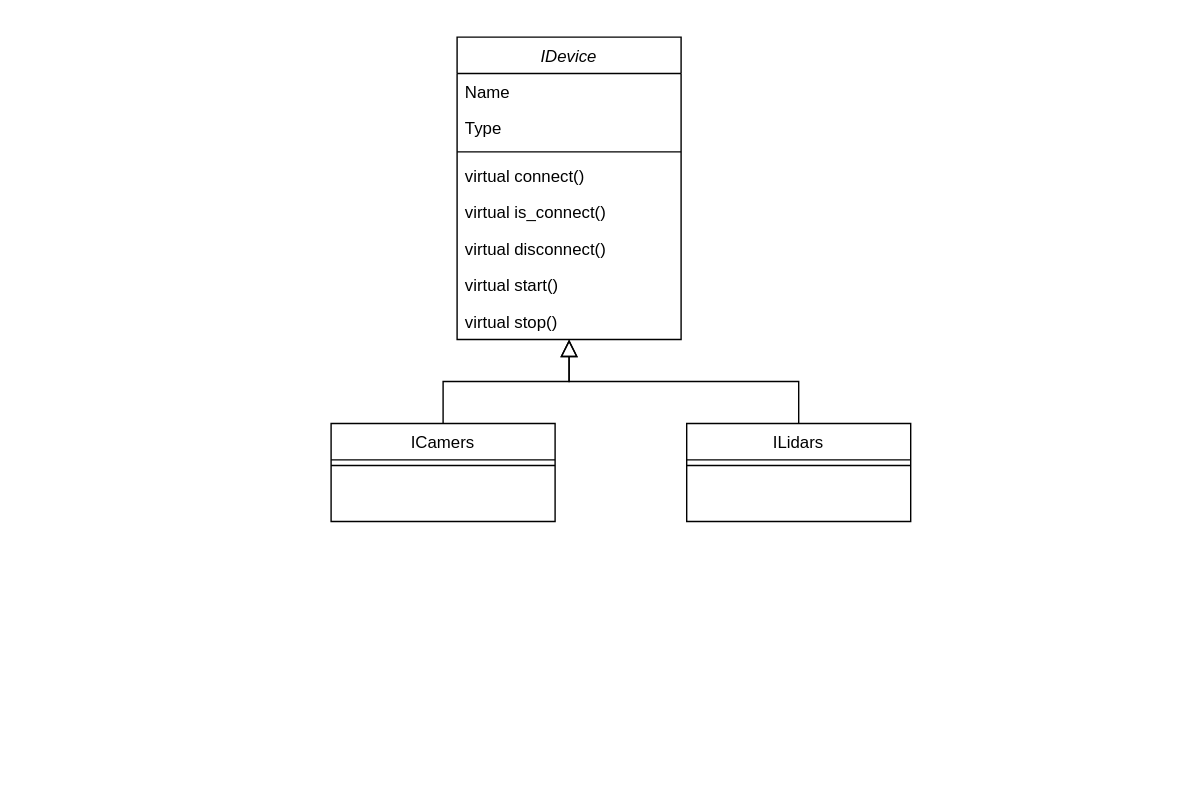
Before: Storage2.drawio in FRomich/Storage2, a draw.io diagram. Source tidied: cells renumbered, new cells numbered last; positions are measured from the earlier drawing's top-left corner, leaving out a move shared by most shapes. Both pictures are drawn from the tidied source at 140%, with x=0, y=0 at pixel (330, 36).
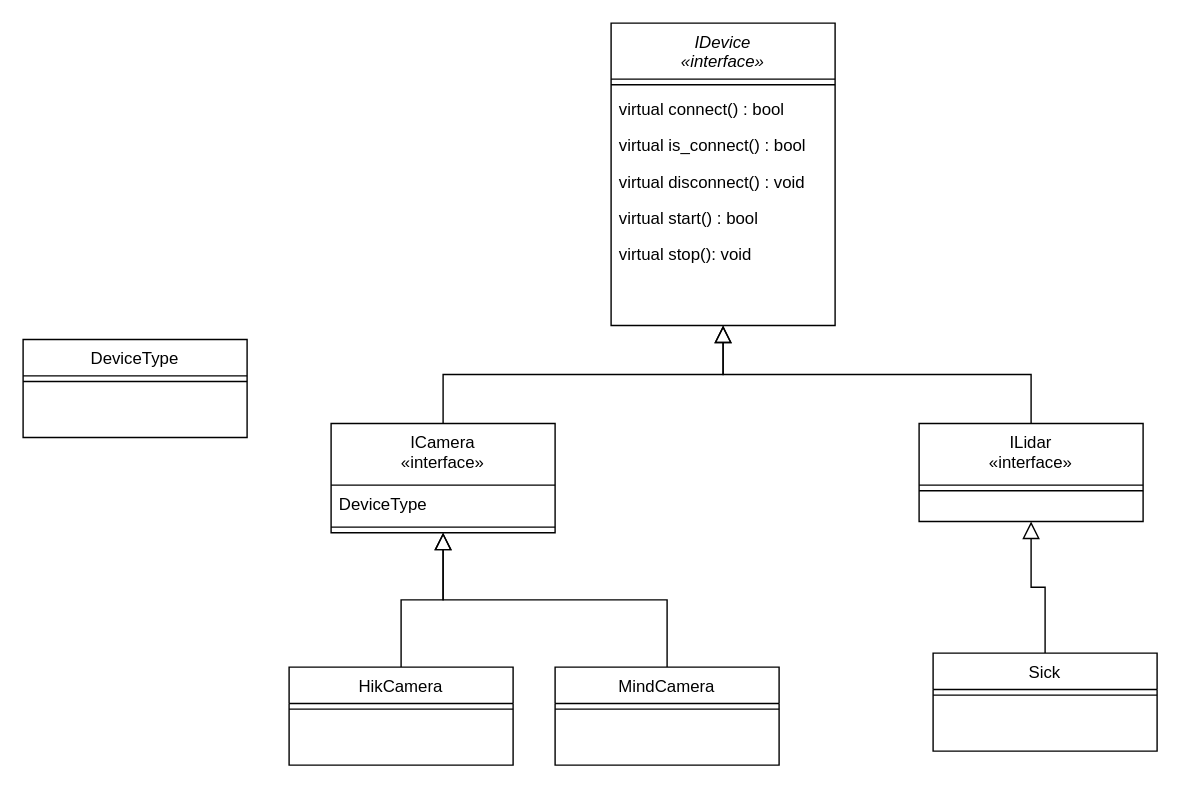
The same page after the edit.

Change to the diagram source:
```diff
@@
-    <mxCell id="2" value="IDevice" style="swimlane;fontStyle=2;align=center;verticalAlign=top;horizontal=1;startSize=26;rounded=0;shadow=0;strokeWidth=1;" parent="1" vertex="1">
-      <mxGeometry x="90" width="160" height="216" as="geometry" />
+    <mxCell id="2" value="IDevice&#10;«interface»" style="swimlane;fontStyle=2;align=center;verticalAlign=top;horizontal=1;startSize=40;rounded=0;shadow=0;strokeWidth=1;" parent="1" vertex="1">
+      <mxGeometry x="200" y="-10" width="160" height="216" as="geometry" />
     </mxCell>
-    <mxCell id="3" value="Name" style="text;align=left;verticalAlign=top;spacingLeft=4;spacingRight=4;overflow=hidden;" parent="2" vertex="1">
-      <mxGeometry y="26" width="160" height="26" as="geometry" />
-    </mxCell>
-    <mxCell id="4" value="Type" style="text;align=left;verticalAlign=top;spacingLeft=4;spacingRight=4;overflow=hidden;" parent="2" vertex="1">
-      <mxGeometry y="52" width="160" height="26" as="geometry" />
-    </mxCell>
     <mxCell id="5" style="line;html=1;strokeWidth=1;align=left;verticalAlign=middle;spacingTop=-1;spacingLeft=3;spacingRight=3;labelPosition=right;" parent="2" vertex="1">
-      <mxGeometry y="78" width="160" height="8" as="geometry" />
+      <mxGeometry y="40" width="160" height="8" as="geometry" />
     </mxCell>
-    <mxCell id="6" value="virtual connect()" style="text;align=left;verticalAlign=top;spacingLeft=4;spacingRight=4;overflow=hidden;" parent="2" vertex="1">
-      <mxGeometry y="86" width="160" height="26" as="geometry" />
+    <mxCell id="6" value="virtual connect() : bool" style="text;align=left;verticalAlign=top;spacingLeft=4;spacingRight=4;overflow=hidden;" parent="2" vertex="1">
+      <mxGeometry y="48" width="160" height="26" as="geometry" />
     </mxCell>
-    <mxCell id="7" value="virtual is_connect()" style="text;align=left;verticalAlign=top;spacingLeft=4;spacingRight=4;overflow=hidden;" parent="2" vertex="1">
-      <mxGeometry y="112" width="160" height="26" as="geometry" />
+    <mxCell id="7" value="virtual is_connect() : bool" style="text;align=left;verticalAlign=top;spacingLeft=4;spacingRight=4;overflow=hidden;" parent="2" vertex="1">
+      <mxGeometry y="74" width="160" height="26" as="geometry" />
     </mxCell>
-    <mxCell id="8" value="virtual disconnect()" style="text;align=left;verticalAlign=top;spacingLeft=4;spacingRight=4;overflow=hidden;" parent="2" vertex="1">
-      <mxGeometry y="138" width="160" height="26" as="geometry" />
+    <mxCell id="8" value="virtual disconnect() : void" style="text;align=left;verticalAlign=top;spacingLeft=4;spacingRight=4;overflow=hidden;" parent="2" vertex="1">
+      <mxGeometry y="100" width="160" height="26" as="geometry" />
     </mxCell>
-    <mxCell id="9" value="virtual start()" style="text;align=left;verticalAlign=top;spacingLeft=4;spacingRight=4;overflow=hidden;" parent="2" vertex="1">
-      <mxGeometry y="164" width="160" height="26" as="geometry" />
+    <mxCell id="9" value="virtual start() : bool" style="text;align=left;verticalAlign=top;spacingLeft=4;spacingRight=4;overflow=hidden;" parent="2" vertex="1">
+      <mxGeometry y="126" width="160" height="26" as="geometry" />
     </mxCell>
-    <mxCell id="10" value="virtual stop()" style="text;align=left;verticalAlign=top;spacingLeft=4;spacingRight=4;overflow=hidden;" parent="2" vertex="1">
-      <mxGeometry y="190" width="160" height="26" as="geometry" />
+    <mxCell id="10" value="virtual stop(): void" style="text;align=left;verticalAlign=top;spacingLeft=4;spacingRight=4;overflow=hidden;" parent="2" vertex="1">
+      <mxGeometry y="152" width="160" height="26" as="geometry" />
     </mxCell>
-    <mxCell id="11" value="ICamers" style="swimlane;fontStyle=0;align=center;verticalAlign=top;horizontal=1;startSize=26;rounded=0;shadow=0;strokeWidth=1;" parent="1" vertex="1">
-      <mxGeometry y="276" width="160" height="70" as="geometry" />
+    <mxCell id="11" value="ICamera&#10;«interface»" style="swimlane;fontStyle=0;align=center;verticalAlign=top;horizontal=1;startSize=44;rounded=0;shadow=0;strokeWidth=1;" parent="1" vertex="1">
+      <mxGeometry y="276" width="160" height="78" as="geometry" />
     </mxCell>
+    <mxCell id="17" value="DeviceType" style="text;align=left;verticalAlign=top;spacingLeft=4;spacingRight=4;overflow=hidden;" parent="11" vertex="1">
+      <mxGeometry y="44" width="160" height="26" as="geometry" />
+    </mxCell>
     <mxCell id="12" style="line;html=1;strokeWidth=1;align=left;verticalAlign=middle;spacingTop=-1;spacingLeft=3;spacingRight=3;labelPosition=right;" parent="11" vertex="1">
-      <mxGeometry y="26" width="160" height="8" as="geometry" />
+      <mxGeometry y="70" width="160" height="8" as="geometry" />
     </mxCell>
@@
-    <mxCell id="14" value="ILidars" style="swimlane;fontStyle=0;align=center;verticalAlign=top;horizontal=1;startSize=26;rounded=0;shadow=0;strokeWidth=1;" parent="1" vertex="1">
-      <mxGeometry x="254" y="276" width="160" height="70" as="geometry" />
+    <mxCell id="14" value="ILidar&#10;«interface»" style="swimlane;fontStyle=0;align=center;verticalAlign=top;horizontal=1;startSize=44;rounded=0;shadow=0;strokeWidth=1;" parent="1" vertex="1">
+      <mxGeometry x="420" y="276" width="160" height="70" as="geometry" />
     </mxCell>
     <mxCell id="15" style="line;html=1;strokeWidth=1;align=left;verticalAlign=middle;spacingTop=-1;spacingLeft=3;spacingRight=3;labelPosition=right;" parent="14" vertex="1">
-      <mxGeometry y="26" width="160" height="8" as="geometry" />
+      <mxGeometry y="44" width="160" height="8" as="geometry" />
     </mxCell>
@@
+    <mxCell id="18" value="HikCamera" style="swimlane;fontStyle=0;align=center;verticalAlign=top;horizontal=1;startSize=26;rounded=0;shadow=0;strokeWidth=1;" parent="1" vertex="1">
+      <mxGeometry x="-30" y="450" width="160" height="70" as="geometry" />
+    </mxCell>
+    <mxCell id="19" style="line;html=1;strokeWidth=1;align=left;verticalAlign=middle;spacingTop=-1;spacingLeft=3;spacingRight=3;labelPosition=right;" parent="18" vertex="1">
+      <mxGeometry y="26" width="160" height="8" as="geometry" />
+    </mxCell>
+    <mxCell id="20" style="endArrow=block;endSize=10;endFill=0;shadow=0;strokeWidth=1;rounded=0;curved=0;edgeStyle=elbowEdgeStyle;elbow=vertical;exitX=0.5;exitY=0;exitDx=0;exitDy=0;entryX=0.5;entryY=1;entryDx=0;entryDy=0;" parent="1" edge="1" source="18" target="11">
+      <mxGeometry relative="1" as="geometry" />
+    </mxCell>
+    <mxCell id="21" value="MindCamera" style="swimlane;fontStyle=0;align=center;verticalAlign=top;horizontal=1;startSize=26;rounded=0;shadow=0;strokeWidth=1;" parent="1" vertex="1">
+      <mxGeometry x="160" y="450" width="160" height="70" as="geometry" />
+    </mxCell>
+    <mxCell id="22" style="line;html=1;strokeWidth=1;align=left;verticalAlign=middle;spacingTop=-1;spacingLeft=3;spacingRight=3;labelPosition=right;" parent="21" vertex="1">
+      <mxGeometry y="26" width="160" height="8" as="geometry" />
+    </mxCell>
+    <mxCell id="23" style="endArrow=block;endSize=10;endFill=0;shadow=0;strokeWidth=1;rounded=0;curved=0;edgeStyle=elbowEdgeStyle;elbow=vertical;exitX=0.5;exitY=0;exitDx=0;exitDy=0;entryX=0.5;entryY=1;entryDx=0;entryDy=0;" parent="1" edge="1" source="21" target="11">
+      <mxGeometry relative="1" as="geometry" />
+    </mxCell>
+    <mxCell id="24" value="Sick" style="swimlane;fontStyle=0;align=center;verticalAlign=top;horizontal=1;startSize=26;rounded=0;shadow=0;strokeWidth=1;" parent="1" vertex="1">
+      <mxGeometry x="430" y="440" width="160" height="70" as="geometry" />
+    </mxCell>
+    <mxCell id="25" style="line;html=1;strokeWidth=1;align=left;verticalAlign=middle;spacingTop=-1;spacingLeft=3;spacingRight=3;labelPosition=right;" parent="24" vertex="1">
+      <mxGeometry y="26" width="160" height="8" as="geometry" />
+    </mxCell>
+    <mxCell id="26" style="endArrow=block;endSize=10;endFill=0;shadow=0;strokeWidth=1;rounded=0;curved=0;edgeStyle=elbowEdgeStyle;elbow=vertical;exitX=0.5;exitY=0;exitDx=0;exitDy=0;entryX=0.5;entryY=1;entryDx=0;entryDy=0;" parent="1" edge="1" source="24" target="14">
+      <mxGeometry relative="1" as="geometry" />
+    </mxCell>
+    <mxCell id="27" value="DeviceType&#10;&#10;" style="swimlane;fontStyle=0;align=center;verticalAlign=top;horizontal=1;startSize=26;rounded=0;shadow=0;strokeWidth=1;" parent="1" vertex="1">
+      <mxGeometry x="-220" y="216" width="160" height="70" as="geometry" />
+    </mxCell>
+    <mxCell id="28" style="line;html=1;strokeWidth=1;align=left;verticalAlign=middle;spacingTop=-1;spacingLeft=3;spacingRight=3;labelPosition=right;" parent="27" vertex="1">
+      <mxGeometry y="26" width="160" height="8" as="geometry" />
+    </mxCell>
```
